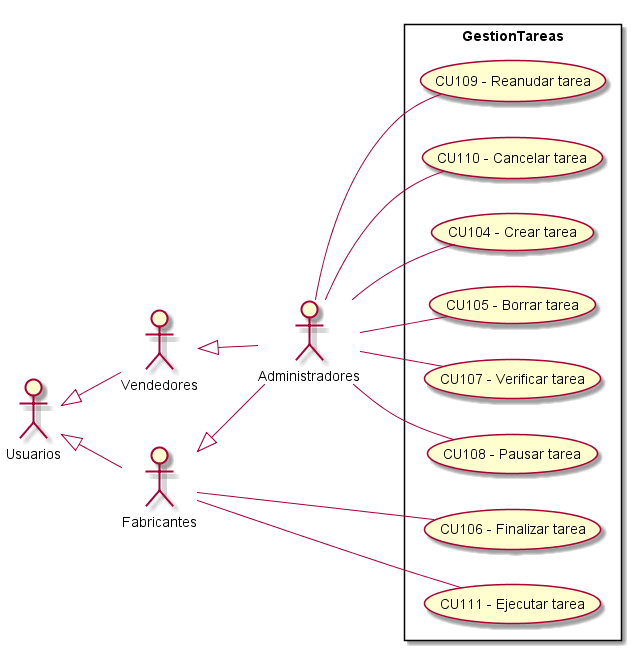
Before: Informe Final/Imagenes/ModeladoDeCasosDeUso/DiagramaDeCasosDeUso/GestionTareas.png, a diagram exported from PlantUML (ZMGestion/DocumentacionZMGestion).
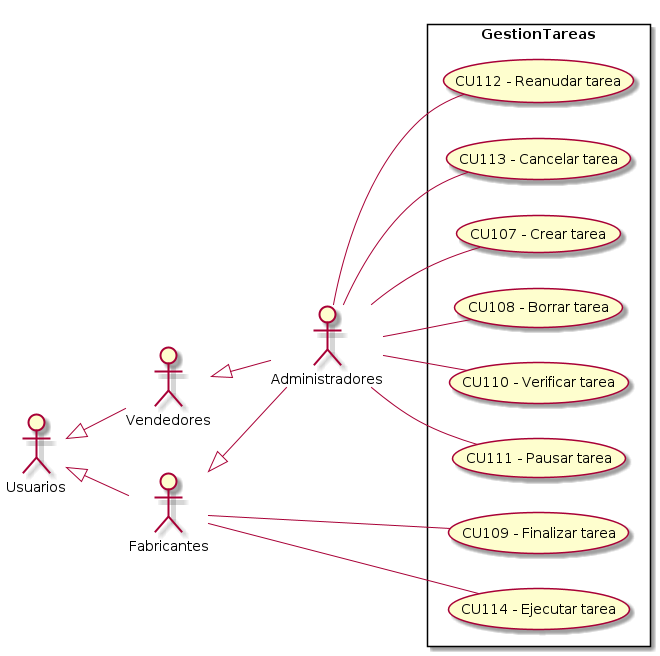
Later version of the same file.

Diff of the diagram source:
```diff
@@ -13,14 +13,14 @@
  left to right direction
 
 rectangle GestionTareas{
-    UseCase "CU104 - Crear tarea" as C
-    UseCase "CU105 - Borrar tarea" as B
-    UseCase "CU106 - Finalizar tarea" as Finalizar
-    UseCase "CU107 - Verificar tarea" as Verificar
-    UseCase "CU108 - Pausar tarea" as Pausar
-    UseCase "CU109 - Reanudar tarea" as Reanudar
-    UseCase "CU110 - Cancelar tarea" as Cancelar
-    UseCase "CU111 - Ejecutar tarea" as Ejecutar
+    UseCase "CU107 - Crear tarea" as C
+    UseCase "CU108 - Borrar tarea" as B
+    UseCase "CU109 - Finalizar tarea" as Finalizar
+    UseCase "CU110 - Verificar tarea" as Verificar
+    UseCase "CU111 - Pausar tarea" as Pausar
+    UseCase "CU112 - Reanudar tarea" as Reanudar
+    UseCase "CU113 - Cancelar tarea" as Cancelar
+    UseCase "CU114 - Ejecutar tarea" as Ejecutar
 }
     Administradores -- C
     Administradores -- B
```
